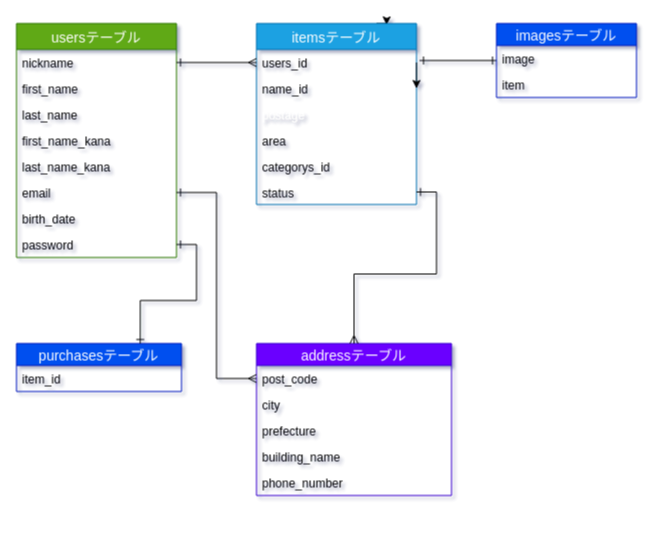
This is app/memo.dio from tomoyasuito/furima_28795, a draw.io file, before an edit. Source tidied: cells renumbered, new cells numbered last; positions are measured from the earlier drawing's top-left corner, leaving out a move shared by most shapes. Both pictures are drawn from the tidied source at 100%, with x=0, y=0 at pixel (16, 23).
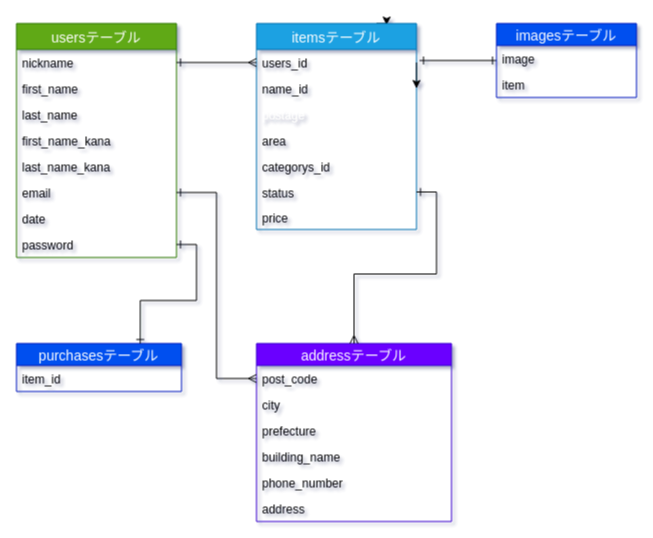
The same diagram, later.

The change refers to these unchanged cells:
```xml
<mxCell id="2" value="usersテーブル" style="swimlane;fontStyle=0;horizontal=1;startSize=26;align=center;fontSize=14;fillColor=#60a917;strokeColor=#2D7600;fontColor=#ffffff;" parent="1" vertex="1">
  <mxGeometry width="160" height="234" as="geometry" />
</mxCell>
```

Change to the diagram source:
```diff
@@
-    <mxCell id="9" value="birth_date" style="text;strokeColor=none;fillColor=none;spacingLeft=4;spacingRight=4;overflow=hidden;fontSize=12;" parent="2" vertex="1">
+    <mxCell id="9" value="date" style="text;strokeColor=none;fillColor=none;spacingLeft=4;spacingRight=4;overflow=hidden;fontSize=12;" parent="2" vertex="1">
       <mxGeometry y="182" width="160" height="26" as="geometry" />
     </mxCell>
@@
     <mxCell id="12" value="itemsテーブル" style="swimlane;fontStyle=0;horizontal=1;startSize=26;align=center;fontSize=14;fillColor=#1ba1e2;strokeColor=#006EAF;fontColor=#ffffff;" parent="1" vertex="1">
-      <mxGeometry x="240" width="160" height="181" as="geometry" />
+      <mxGeometry x="240" width="160" height="206" as="geometry" />
     </mxCell>
@@
+    <mxCell id="36" value="price" style="text;strokeColor=none;fillColor=none;spacingLeft=4;spacingRight=4;overflow=hidden;fontSize=12;" parent="12" vertex="1">
+      <mxGeometry y="181" width="160" height="25" as="geometry" />
+    </mxCell>
@@
     <mxCell id="26" value="addressテーブル" style="swimlane;fontStyle=0;horizontal=1;startSize=22;align=center;fontSize=14;fillColor=#6a00ff;strokeColor=#3700CC;fontColor=#ffffff;" parent="1" vertex="1">
-      <mxGeometry x="240" y="320" width="195" height="152" as="geometry" />
+      <mxGeometry x="240" y="320" width="195" height="178" as="geometry" />
     </mxCell>
@@
+    <mxCell id="37" value="address" style="text;strokeColor=none;fillColor=none;spacingLeft=4;spacingRight=4;overflow=hidden;fontSize=12;" parent="26" vertex="1">
+      <mxGeometry y="152" width="195" height="26" as="geometry" />
+    </mxCell>
```
